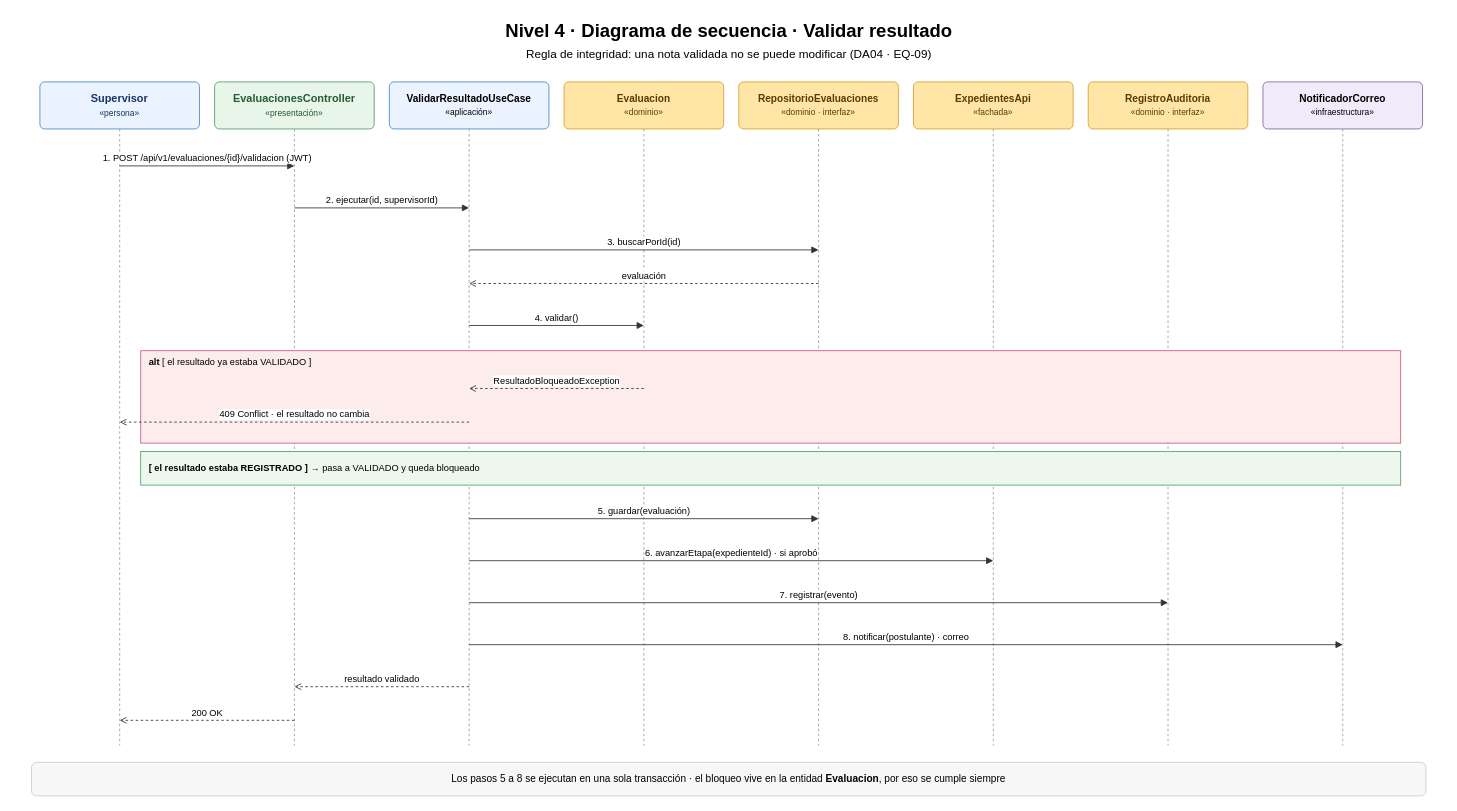
AdirNC-27/sistema-licencias-conducir-arquitectura keeps this draw.io diagram as img/fuentes/nivel4-secuencia.drawio. Above is the earlier version. Source tidied: cells renumbered, new cells numbered last; positions are measured from the earlier drawing's top-left corner, leaving out a move shared by most shapes. Both pictures are drawn from the tidied source at 84%, with x=0, y=0 at pixel (14, 14).
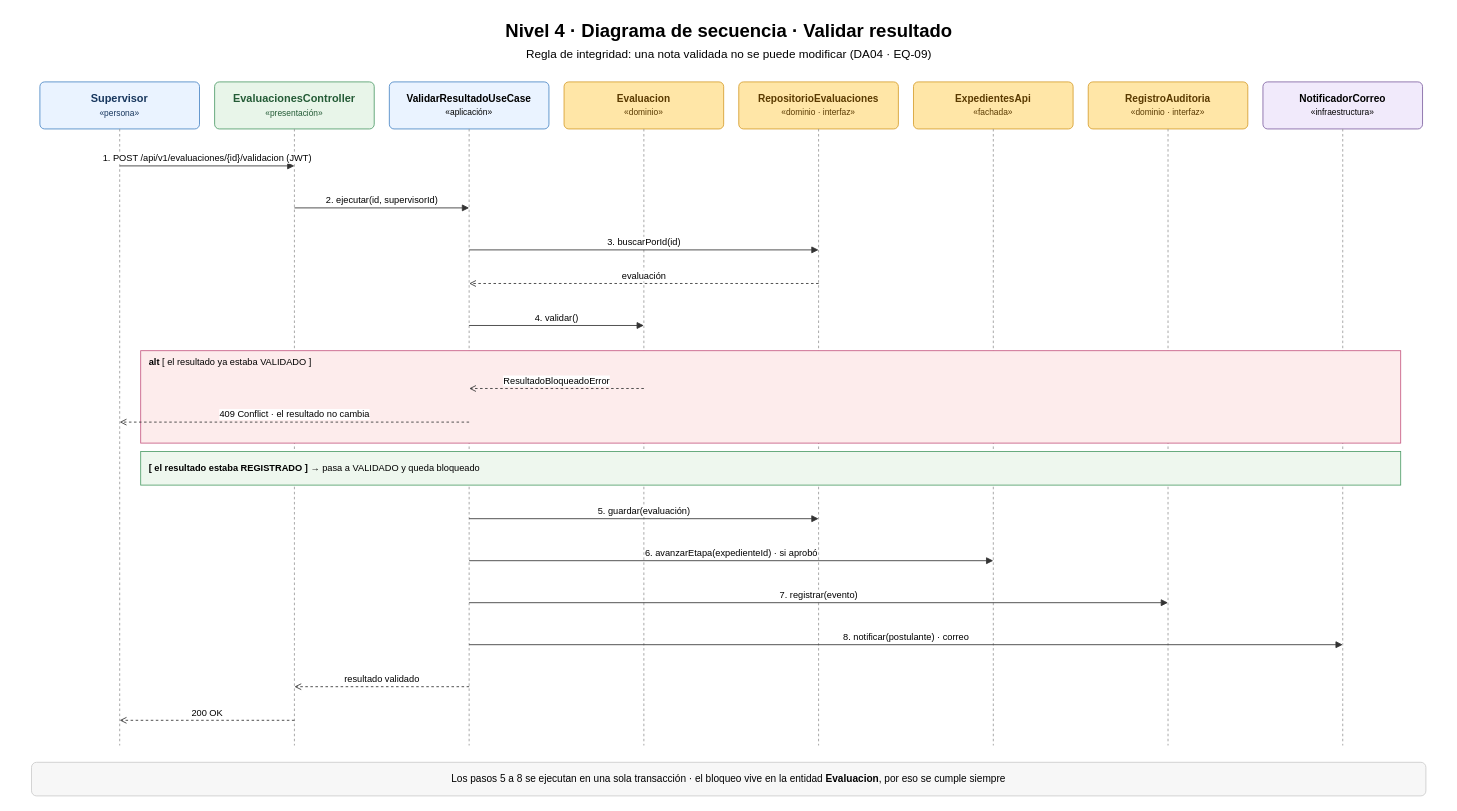
Above is the later version.

The edit, as a diff of the source:
```diff
@@
-    <mxCell id="26" value="ResultadoBloqueadoException" style="html=1;endArrow=open;endFill=0;strokeColor=#333333;fontSize=11;labelBackgroundColor=#FFFFFF;verticalAlign=bottom;fontFamily=Helvetica;dashed=1;" parent="1" edge="1">
+    <mxCell id="26" value="ResultadoBloqueadoError" style="html=1;endArrow=open;endFill=0;strokeColor=#333333;fontSize=11;labelBackgroundColor=#FFFFFF;verticalAlign=bottom;fontFamily=Helvetica;dashed=1;" parent="1" edge="1">
       <mxGeometry relative="1" as="geometry">
         <mxPoint x="749" y="445" as="sourcePoint" />
         <mxPoint x="541" y="445" as="targetPoint" />
       </mxGeometry>
     </mxCell>
```
